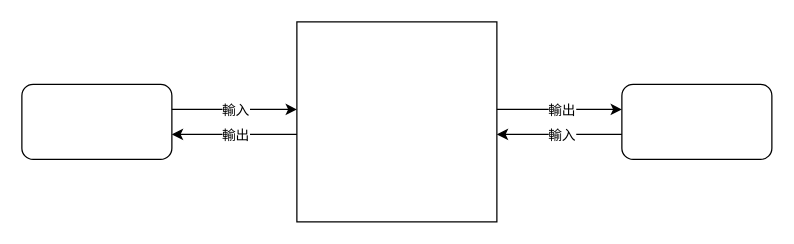
Roseller37/UML-diagram2 keeps this draw.io diagram as drawio/系統資料流程圖/圖3-2 頂層資料流程圖.drawio. Above is the earlier version. Source tidied: cells renumbered, new cells numbered last; positions are measured from the earlier drawing's top-left corner, leaving out a move shared by most shapes. Both pictures are drawn from the tidied source at 125%, with x=0, y=0 at pixel (21, 21).
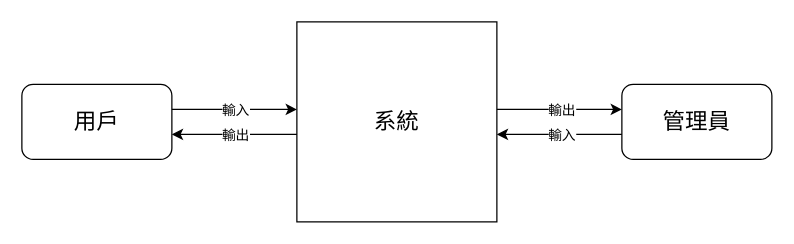
The same page after the edit.

Commit message (it also covers changes not shown here):
更新圖3-2 頂層資料流程圖.drawio

The edit, as a diff of the source:
```diff
@@
 <mxGraphModel>
   <root>
     <mxCell id="0" />
     <mxCell id="1" parent="0" />
-    <mxCell id="2" style="whiteSpace=wrap;html=1;" parent="1" vertex="1">
+    <mxCell id="2" value="&lt;font style=&quot;font-size: 18px;&quot;&gt;系統&lt;/font&gt;" style="whiteSpace=wrap;html=1;" parent="1" vertex="1">
       <mxGeometry x="220" width="160" height="160" as="geometry" />
     </mxCell>
-    <mxCell id="3" style="rounded=1;whiteSpace=wrap;html=1;" parent="1" vertex="1">
+    <mxCell id="3" value="&lt;font style=&quot;font-size: 18px;&quot;&gt;用戶&lt;/font&gt;" style="rounded=1;whiteSpace=wrap;html=1;" parent="1" vertex="1">
       <mxGeometry y="50" width="120" height="60" as="geometry" />
     </mxCell>
-    <mxCell id="4" style="rounded=1;whiteSpace=wrap;html=1;" parent="1" vertex="1">
+    <mxCell id="4" value="&lt;font style=&quot;font-size: 18px;&quot;&gt;管理員&lt;/font&gt;" style="rounded=1;whiteSpace=wrap;html=1;" parent="1" vertex="1">
       <mxGeometry x="480" y="50" width="120" height="60" as="geometry" />
     </mxCell>
     <mxCell id="5" style="endArrow=classic;html=1;rounded=0;" parent="1" edge="1">
       <mxGeometry relative="1" as="geometry">
         <mxPoint x="120" y="70" as="sourcePoint" />
         <mxPoint x="220" y="70" as="targetPoint" />
       </mxGeometry>
     </mxCell>
     <mxCell id="6" value="輸入" style="edgeLabel;html=1;align=center;verticalAlign=middle;" parent="5" vertex="1">
       <mxGeometry x="-0.02" y="2" relative="1" as="geometry">
         <mxPoint x="1" y="2" as="offset" />
       </mxGeometry>
     </mxCell>
     <mxCell id="7" style="endArrow=classic;html=1;rounded=0;" parent="1" edge="1">
       <mxGeometry relative="1" as="geometry">
         <mxPoint x="220" y="90" as="sourcePoint" />
         <mxPoint x="120" y="90" as="targetPoint" />
       </mxGeometry>
     </mxCell>
     <mxCell id="8" value="輸出" style="edgeLabel;html=1;align=center;verticalAlign=middle;" parent="7" vertex="1">
       <mxGeometry relative="1" as="geometry" />
     </mxCell>
     <mxCell id="9" style="endArrow=classic;html=1;rounded=0;" parent="1" edge="1">
       <mxGeometry relative="1" as="geometry">
         <mxPoint x="380" y="70" as="sourcePoint" />
         <mxPoint x="480" y="70" as="targetPoint" />
       </mxGeometry>
     </mxCell>
     <mxCell id="10" value="輸出" style="edgeLabel;html=1;align=center;verticalAlign=middle;" parent="9" vertex="1">
       <mxGeometry x="0.02" relative="1" as="geometry" />
     </mxCell>
     <mxCell id="11" style="endArrow=classic;html=1;rounded=0;" parent="1" edge="1">
       <mxGeometry relative="1" as="geometry">
         <mxPoint x="480" y="90" as="sourcePoint" />
         <mxPoint x="380" y="90" as="targetPoint" />
       </mxGeometry>
     </mxCell>
     <mxCell id="12" value="輸入" style="edgeLabel;html=1;align=center;verticalAlign=middle;" parent="11" vertex="1">
       <mxGeometry x="-0.02" y="3" relative="1" as="geometry">
         <mxPoint y="-3" as="offset" />
       </mxGeometry>
     </mxCell>
   </root>
 </mxGraphModel>
```
